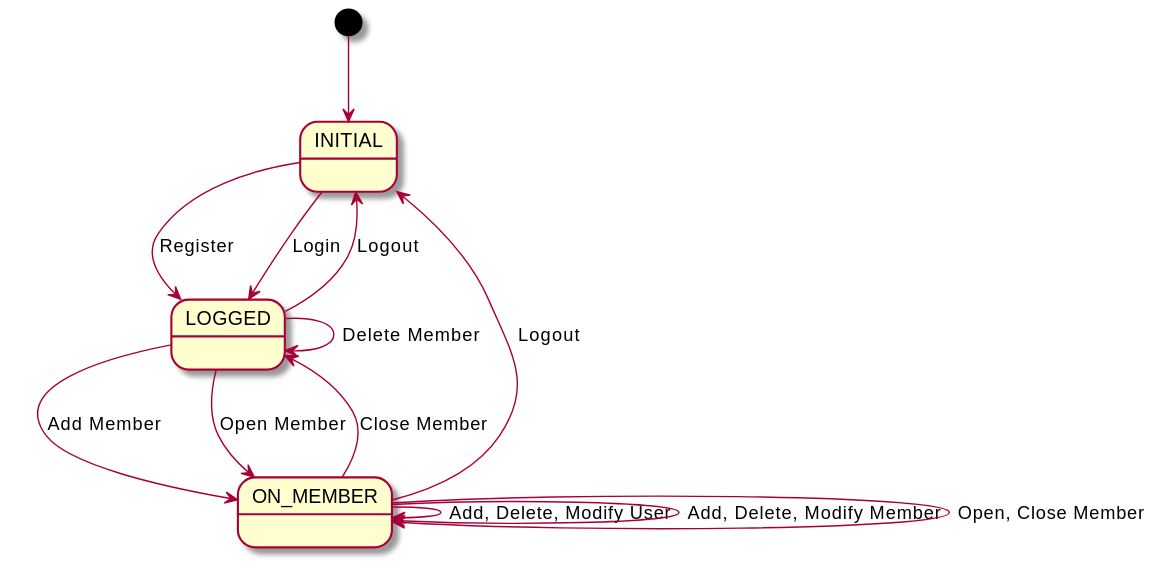
Earlier version of the PlantUML export docs/diagrams/out/requirements/context.svg (x-USantaTecla-project-ustUML/requirements).
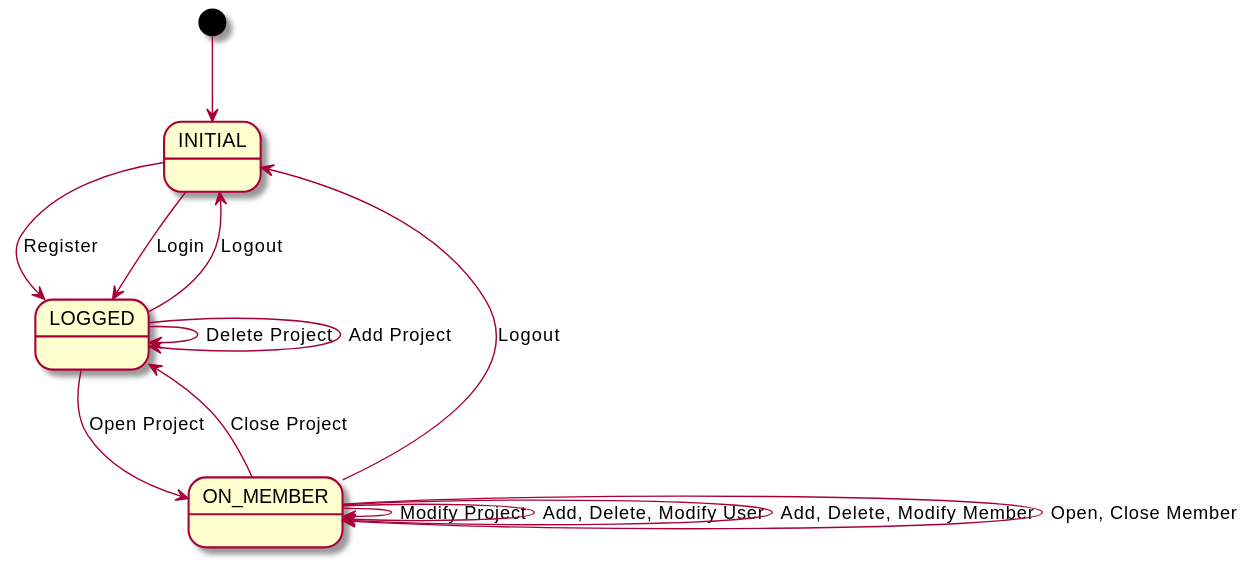
The same diagram one commit later.

Diff of the diagram source:
```diff
@@ -1,18 +1,18 @@
 @startuml
 state INITIAL
 state LOGGED
-state ON_MEMBER
 state ON_MEMBER
 
 [*] --> INITIAL
 INITIAL --> LOGGED: Register
 INITIAL --> LOGGED: Login
 LOGGED --> INITIAL: Logout
-LOGGED --> LOGGED: Delete Member
-LOGGED --> ON_MEMBER: Add Member
-LOGGED --> ON_MEMBER: Open Member
-ON_MEMBER --> LOGGED: Close Member
+LOGGED --> LOGGED: Delete Project
+LOGGED --> LOGGED: Add Project
+LOGGED --> ON_MEMBER: Open Project
+ON_MEMBER --> LOGGED: Close Project
 ON_MEMBER --> INITIAL: Logout
+ON_MEMBER --> ON_MEMBER: Modify Project
 ON_MEMBER --> ON_MEMBER: Add, Delete, Modify User
 ON_MEMBER --> ON_MEMBER: Add, Delete, Modify Member
 ON_MEMBER --> ON_MEMBER: Open, Close Member
```
